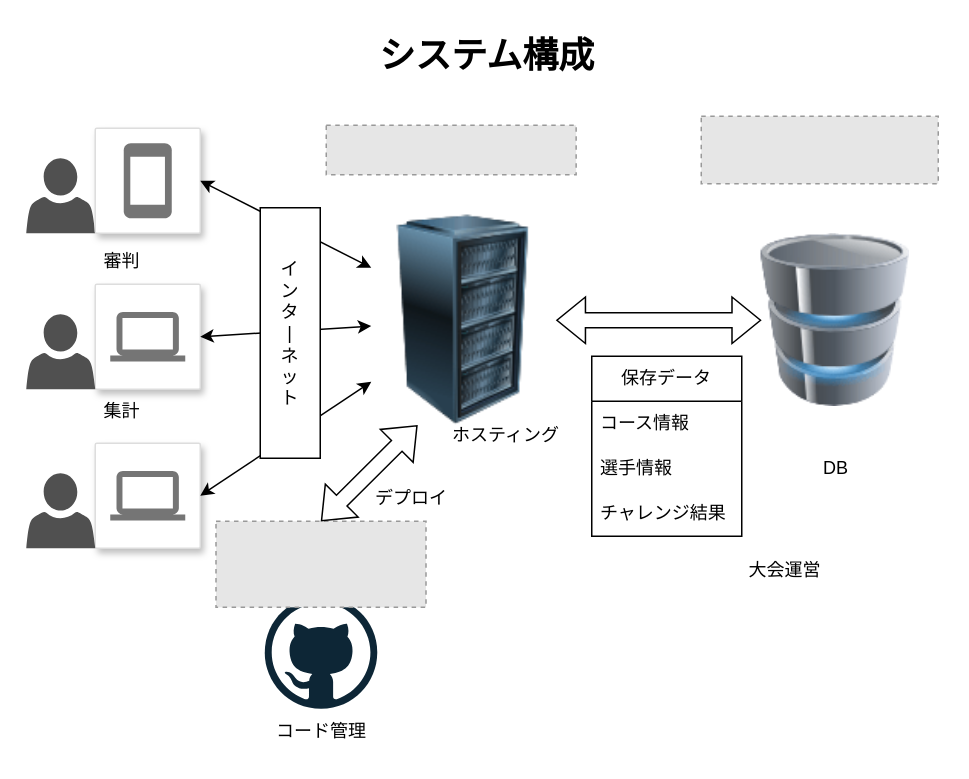
Above: docs/static/drawioData/systemStructure.drawio in kazutan1230/robopo (draw.io), before the change. Source tidied: cells renumbered, new cells numbered last; positions are measured from the earlier drawing's top-left corner, leaving out a move shared by most shapes. Both pictures are drawn from the tidied source at 150%, with x=0, y=0 at pixel (26, 26). Pictures stored in the file or linked from it are replaced by grey dashed boxes.
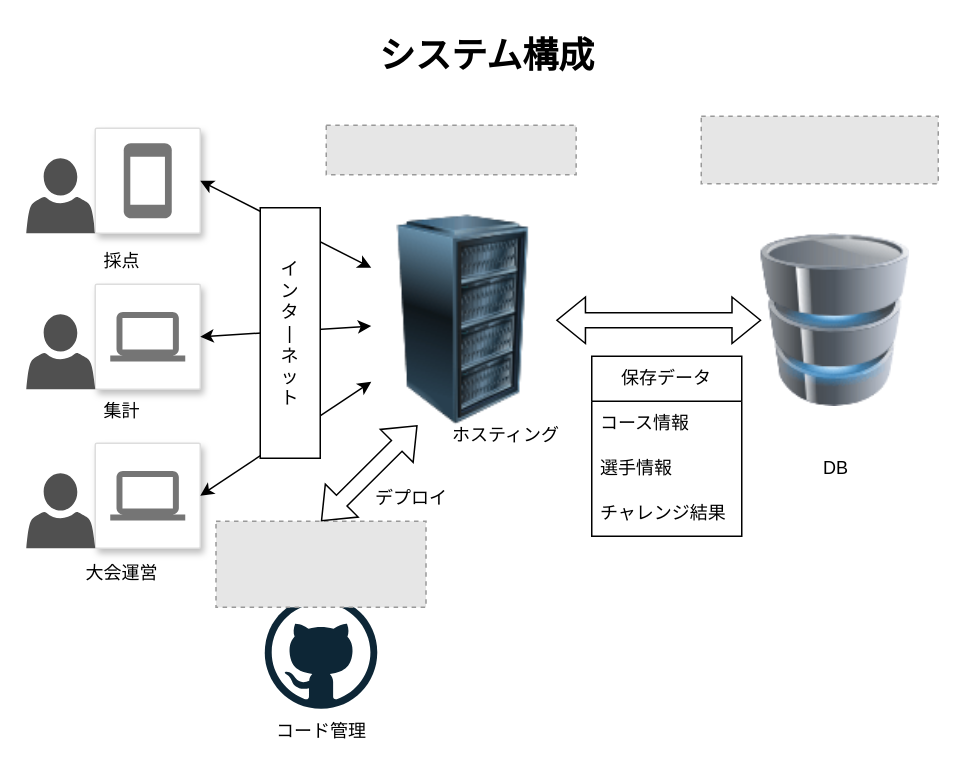
The same diagram, later.

The edit, as a diff of the source:
```diff
@@
-    <mxCell id="26" value="審判" style="text;html=1;align=center;verticalAlign=middle;whiteSpace=wrap;rounded=0;" parent="1" vertex="1">
+    <mxCell id="26" value="採点" style="text;html=1;align=center;verticalAlign=middle;whiteSpace=wrap;rounded=0;" parent="1" vertex="1">
       <mxGeometry x="7" y="142" width="113.7" height="30" as="geometry" />
     </mxCell>
@@
     <mxCell id="28" value="大会運営" style="text;html=1;align=center;verticalAlign=middle;whiteSpace=wrap;rounded=0;" parent="1" vertex="1">
-      <mxGeometry x="449" y="348" width="113.7" height="30" as="geometry" />
+      <mxGeometry x="7" y="350" width="113.7" height="30" as="geometry" />
     </mxCell>
```
